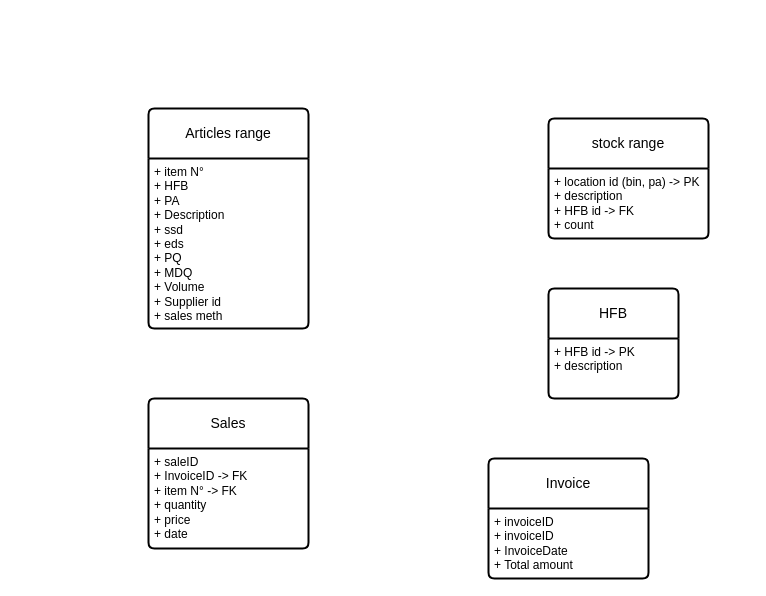
This is Diagramme sans nom.drawio from saadsgh123/learn, a draw.io file, before an edit. Source tidied: cells renumbered, new cells numbered last; positions are measured from the earlier drawing's top-left corner, leaving out a move shared by most shapes. Both pictures are drawn from the tidied source at 100%, with x=0, y=0 at pixel (148, 108).
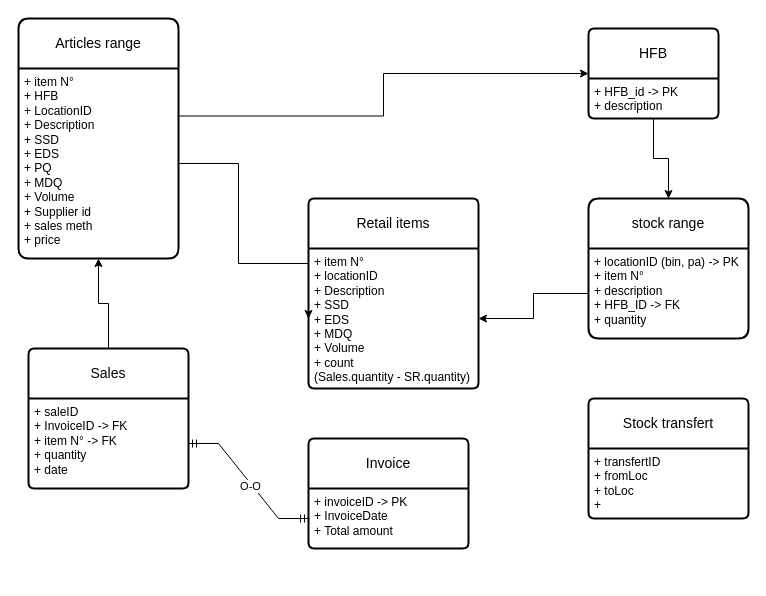
Above is the later version.

The edit, as a diff of the source:
```diff
@@
-    <mxCell id="2" value="Articles range" style="swimlane;horizontal=1;startSize=50;rounded=1;fontSize=14;fontStyle=0;strokeWidth=2;shadow=0;dashed=0;align=center;arcSize=4;whiteSpace=wrap;html=1;" parent="1" vertex="1">
-      <mxGeometry width="160" height="220" as="geometry" />
+    <mxCell id="2" value="Articles range" style="swimlane;horizontal=1;startSize=50;rounded=1;fontSize=14;fontStyle=0;strokeWidth=2;shadow=0;dashed=0;align=center;arcSize=7;whiteSpace=wrap;html=1;" parent="1" vertex="1">
+      <mxGeometry x="-130" y="-90" width="160" height="240" as="geometry" />
     </mxCell>
-    <mxCell id="3" value="+ item N°&lt;div&gt;+ HFB&lt;/div&gt;&lt;div&gt;+ PA&lt;/div&gt;&lt;div&gt;+ Description&lt;/div&gt;&lt;div&gt;+ ssd&lt;/div&gt;&lt;div&gt;+ eds&lt;/div&gt;&lt;div&gt;+ PQ&lt;/div&gt;&lt;div&gt;+ MDQ&lt;/div&gt;&lt;div&gt;+ Volume&lt;/div&gt;&lt;div&gt;+ Supplier id&lt;/div&gt;&lt;div&gt;+ sales meth&lt;br&gt;&lt;/div&gt;" style="align=left;strokeColor=none;fillColor=none;spacingLeft=4;fontSize=12;verticalAlign=top;html=1;" parent="2" vertex="1">
-      <mxGeometry y="50" width="160" height="170" as="geometry" />
+    <mxCell id="3" value="+ item N°&lt;div&gt;+ HFB&lt;/div&gt;&lt;div&gt;+ LocationID&lt;/div&gt;&lt;div&gt;+ Description&lt;/div&gt;&lt;div&gt;+ SSD&lt;/div&gt;&lt;div&gt;+ EDS&lt;/div&gt;&lt;div&gt;+ PQ&lt;/div&gt;&lt;div&gt;+ MDQ&lt;/div&gt;&lt;div&gt;+ Volume&lt;/div&gt;&lt;div&gt;+ Supplier id&lt;/div&gt;&lt;div&gt;+ sales meth&lt;br&gt;&lt;/div&gt;&lt;div&gt;+ price&lt;/div&gt;" style="align=left;strokeColor=none;fillColor=none;spacingLeft=4;fontSize=12;verticalAlign=top;html=1;shadow=0;" parent="2" vertex="1">
+      <mxGeometry y="50" width="160" height="190" as="geometry" />
     </mxCell>
-    <mxCell id="4" value="stock range" style="swimlane;horizontal=1;startSize=50;rounded=1;fontSize=14;fontStyle=0;strokeWidth=2;shadow=0;dashed=0;align=center;arcSize=4;whiteSpace=wrap;html=1;" parent="1" vertex="1">
-      <mxGeometry x="400" y="10" width="160" height="120" as="geometry" />
+    <mxCell id="4" value="stock range" style="swimlane;horizontal=1;startSize=50;rounded=1;fontSize=14;fontStyle=0;strokeWidth=2;shadow=0;dashed=0;align=center;arcSize=7;whiteSpace=wrap;html=1;" parent="1" vertex="1">
+      <mxGeometry x="440" y="90" width="160" height="140" as="geometry" />
     </mxCell>
-    <mxCell id="5" value="+ location id (bin, pa) -&amp;gt; PK&lt;div&gt;+ description&lt;br&gt;&lt;div&gt;+ HFB id -&amp;gt; FK&lt;/div&gt;&lt;div&gt;+ count&lt;/div&gt;&lt;/div&gt;" style="align=left;strokeColor=none;fillColor=none;spacingLeft=4;fontSize=12;verticalAlign=top;html=1;" parent="4" vertex="1">
-      <mxGeometry y="50" width="160" height="70" as="geometry" />
+    <mxCell id="5" value="+ locationID (bin, pa) -&amp;gt; PK&lt;div&gt;+ item N°&lt;br&gt;&lt;div&gt;+ description&lt;br&gt;&lt;div&gt;+ HFB_ID -&amp;gt; FK&lt;/div&gt;&lt;/div&gt;&lt;/div&gt;&lt;div&gt;+ quantity&lt;/div&gt;" style="align=left;strokeColor=none;fillColor=none;spacingLeft=4;fontSize=12;verticalAlign=top;html=1;shadow=0;" parent="4" vertex="1">
+      <mxGeometry y="50" width="160" height="90" as="geometry" />
     </mxCell>
     <mxCell id="6" value="HFB" style="swimlane;horizontal=1;startSize=50;rounded=1;fontSize=14;fontStyle=0;strokeWidth=2;shadow=0;dashed=0;align=center;arcSize=4;whiteSpace=wrap;html=1;" parent="1" vertex="1">
-      <mxGeometry x="400" y="180" width="130" height="110" as="geometry" />
+      <mxGeometry x="440" y="-80" width="130" height="90" as="geometry" />
     </mxCell>
-    <mxCell id="7" value="+ HFB id -&amp;gt; PK&lt;div&gt;+ description&lt;/div&gt;" style="align=left;strokeColor=none;fillColor=none;spacingLeft=4;fontSize=12;verticalAlign=top;html=1;" parent="6" vertex="1">
-      <mxGeometry y="50" width="130" height="60" as="geometry" />
-    </mxCell>
+    <mxCell id="12" value="+ HFB_id -&amp;gt; PK&lt;div&gt;+ description&lt;/div&gt;" style="align=left;strokeColor=none;fillColor=none;spacingLeft=4;fontSize=12;verticalAlign=top;html=1;shadow=0;" parent="6" vertex="1">
+      <mxGeometry y="50" width="130" height="40" as="geometry" />
+    </mxCell>
+    <mxCell id="13" style="edgeStyle=orthogonalEdgeStyle;rounded=0;jettySize=auto;html=1;exitX=0.5;exitY=0;exitDx=0;exitDy=0;entryX=0.5;entryY=1;entryDx=0;entryDy=0;" parent="1" edge="1" source="8" target="3">
+      <mxGeometry relative="1" as="geometry" />
+    </mxCell>
     <mxCell id="8" value="Sales" style="swimlane;horizontal=1;startSize=50;rounded=1;fontSize=14;fontStyle=0;strokeWidth=2;shadow=0;dashed=0;align=center;arcSize=4;whiteSpace=wrap;html=1;" parent="1" vertex="1">
-      <mxGeometry y="290" width="160" height="150" as="geometry" />
+      <mxGeometry x="-120" y="240" width="160" height="140" as="geometry" />
     </mxCell>
-    <mxCell id="9" value="+ saleID&lt;div&gt;+ InvoiceID -&amp;gt; FK&lt;/div&gt;&lt;div&gt;+ item N° -&amp;gt; FK&lt;/div&gt;&lt;div&gt;+ quantity&lt;/div&gt;&lt;div&gt;+ price&lt;/div&gt;&lt;div&gt;+ date&lt;/div&gt;" style="align=left;strokeColor=none;fillColor=none;spacingLeft=4;fontSize=12;verticalAlign=top;html=1;" parent="8" vertex="1">
-      <mxGeometry y="50" width="160" height="100" as="geometry" />
+    <mxCell id="9" value="+ saleID&lt;div&gt;+ InvoiceID -&amp;gt; FK&lt;/div&gt;&lt;div&gt;+ item N° -&amp;gt; FK&lt;/div&gt;&lt;div&gt;+ quantity&lt;/div&gt;&lt;div&gt;+ date&lt;/div&gt;" style="align=left;strokeColor=none;fillColor=none;spacingLeft=4;fontSize=12;verticalAlign=top;html=1;shadow=0;" parent="8" vertex="1">
+      <mxGeometry y="50" width="160" height="90" as="geometry" />
     </mxCell>
     <mxCell id="10" value="Invoice" style="swimlane;horizontal=1;startSize=50;rounded=1;fontSize=14;fontStyle=0;strokeWidth=2;shadow=0;dashed=0;align=center;arcSize=4;whiteSpace=wrap;html=1;" parent="1" vertex="1">
-      <mxGeometry x="340" y="350" width="160" height="120" as="geometry" />
+      <mxGeometry x="160" y="330" width="160" height="110" as="geometry" />
     </mxCell>
-    <mxCell id="11" value="+ invoiceID&lt;div&gt;+ invoiceID&lt;/div&gt;&lt;div&gt;+ InvoiceDate&lt;/div&gt;&lt;div&gt;+ Total amount&lt;/div&gt;" style="align=left;strokeColor=none;fillColor=none;spacingLeft=4;fontSize=12;verticalAlign=top;html=1;" parent="10" vertex="1">
-      <mxGeometry y="50" width="160" height="70" as="geometry" />
+    <mxCell id="11" value="&lt;div&gt;+ invoiceID -&amp;gt; PK&lt;/div&gt;&lt;div&gt;+ InvoiceDate&lt;/div&gt;&lt;div&gt;+ Total amount&lt;/div&gt;" style="align=left;strokeColor=none;fillColor=none;spacingLeft=4;fontSize=12;verticalAlign=top;html=1;shadow=0;" parent="10" vertex="1">
+      <mxGeometry y="50" width="160" height="60" as="geometry" />
     </mxCell>
+    <mxCell id="14" style="edgeStyle=entityRelationEdgeStyle;fontSize=12;html=1;endArrow=ERmandOne;startArrow=ERmandOne;rounded=0;entryX=0;entryY=0.5;entryDx=0;entryDy=0;exitX=1;exitY=0.5;exitDx=0;exitDy=0;" parent="1" edge="1" source="9" target="11">
+      <mxGeometry relative="1" as="geometry" />
+    </mxCell>
+    <mxCell id="15" value="O-O" style="edgeLabel;html=1;align=center;verticalAlign=middle;" parent="14" vertex="1">
+      <mxGeometry x="0.06" y="-2" relative="1" as="geometry" />
+    </mxCell>
+    <mxCell id="16" value="Retail items" style="swimlane;horizontal=1;startSize=50;rounded=1;fontSize=14;fontStyle=0;strokeWidth=2;shadow=0;dashed=0;align=center;arcSize=4;whiteSpace=wrap;html=1;direction=east;" parent="1" vertex="1">
+      <mxGeometry x="160" y="90" width="170" height="190" as="geometry" />
+    </mxCell>
+    <mxCell id="17" value="+ item N°&lt;br&gt;+ locationID&lt;div&gt;+ Description&lt;/div&gt;&lt;div&gt;+ SSD&lt;/div&gt;&lt;div&gt;+ EDS&lt;/div&gt;&lt;div&gt;+&amp;nbsp;&lt;span style=&quot;background-color: initial;&quot;&gt;MDQ&lt;/span&gt;&lt;div&gt;+ Volume&lt;/div&gt;&lt;div&gt;+ count&amp;nbsp;&lt;/div&gt;&lt;div&gt;(Sales.quantity - SR.quantity)&amp;nbsp;&lt;/div&gt;&lt;/div&gt;" style="align=left;strokeColor=none;fillColor=none;spacingLeft=4;fontSize=12;verticalAlign=top;html=1;" parent="16" vertex="1">
+      <mxGeometry y="50" width="170" height="140" as="geometry" />
+    </mxCell>
+    <mxCell id="18" style="edgeStyle=orthogonalEdgeStyle;rounded=0;jettySize=auto;html=1;exitX=1;exitY=0.5;exitDx=0;exitDy=0;entryX=0;entryY=0.5;entryDx=0;entryDy=0;" parent="1" edge="1" source="3" target="17">
+      <mxGeometry relative="1" as="geometry">
+        <Array as="points">
+          <mxPoint x="90" y="55" />
+          <mxPoint x="90" y="155" />
+        </Array>
+      </mxGeometry>
+    </mxCell>
+    <mxCell id="19" style="edgeStyle=orthogonalEdgeStyle;rounded=0;jettySize=auto;html=1;exitX=1;exitY=0.25;exitDx=0;exitDy=0;entryX=0;entryY=0.5;entryDx=0;entryDy=0;" parent="1" edge="1" source="3" target="6">
+      <mxGeometry relative="1" as="geometry" />
+    </mxCell>
+    <mxCell id="20" style="edgeStyle=orthogonalEdgeStyle;rounded=0;jettySize=auto;html=1;exitX=0.5;exitY=1;exitDx=0;exitDy=0;entryX=0.5;entryY=0;entryDx=0;entryDy=0;" parent="1" edge="1" source="12" target="4">
+      <mxGeometry relative="1" as="geometry" />
+    </mxCell>
+    <mxCell id="21" style="edgeStyle=orthogonalEdgeStyle;rounded=0;jettySize=auto;html=1;exitX=0;exitY=0.5;exitDx=0;exitDy=0;entryX=1;entryY=0.5;entryDx=0;entryDy=0;" parent="1" edge="1" source="5" target="17">
+      <mxGeometry relative="1" as="geometry" />
+    </mxCell>
+    <mxCell id="22" value="Stock transfert" style="swimlane;horizontal=1;startSize=50;rounded=1;fontSize=14;fontStyle=0;strokeWidth=2;shadow=0;dashed=0;align=center;arcSize=4;whiteSpace=wrap;html=1;" parent="1" vertex="1">
+      <mxGeometry x="440" y="290" width="160" height="120" as="geometry" />
+    </mxCell>
+    <mxCell id="23" value="+ transfertID&lt;div&gt;+ fromLoc&lt;/div&gt;&lt;div&gt;+ toLoc&lt;/div&gt;&lt;div&gt;+&lt;/div&gt;" style="align=left;strokeColor=none;fillColor=none;spacingLeft=4;fontSize=12;verticalAlign=top;html=1;" parent="22" vertex="1">
+      <mxGeometry y="50" width="160" height="70" as="geometry" />
+    </mxCell>
```
